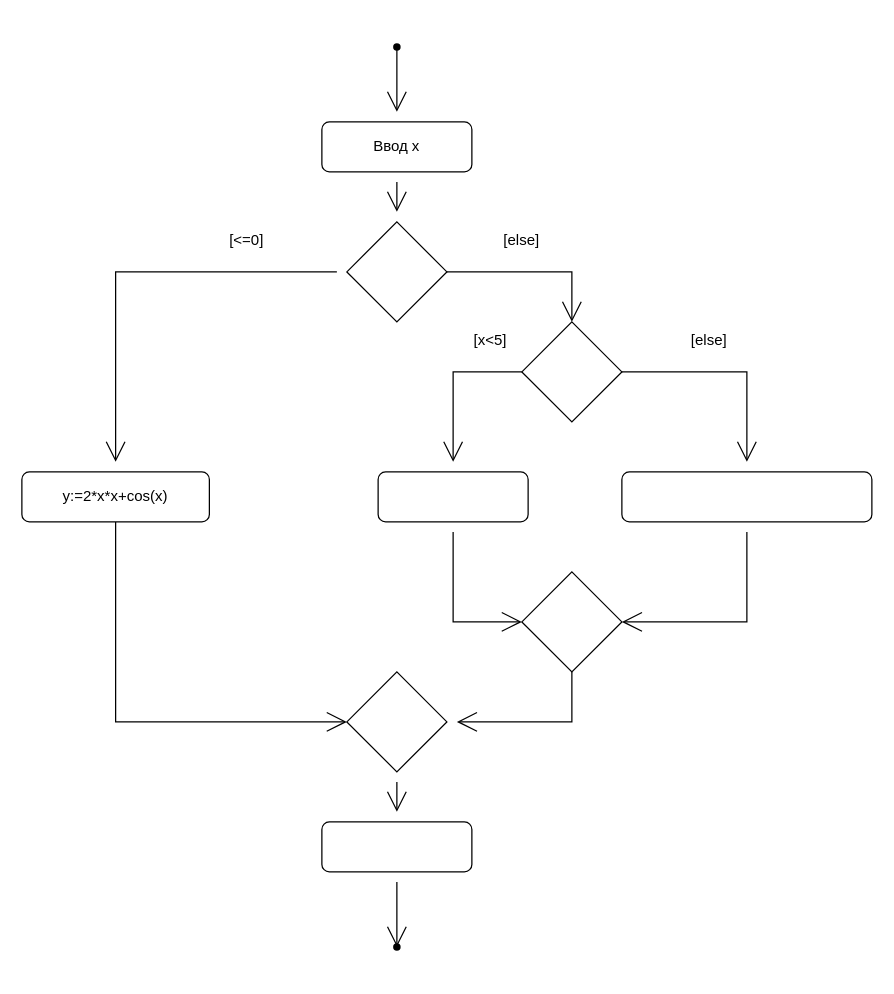
This is modules/Untitled Diagram.drawio from ProkDmit/lb5, a draw.io file, before an edit. Source tidied: cells renumbered, new cells numbered last; positions are measured from the earlier drawing's top-left corner, leaving out a move shared by most shapes. Both pictures are drawn from the tidied source at 125%, with x=0, y=0 at pixel (21, 21).
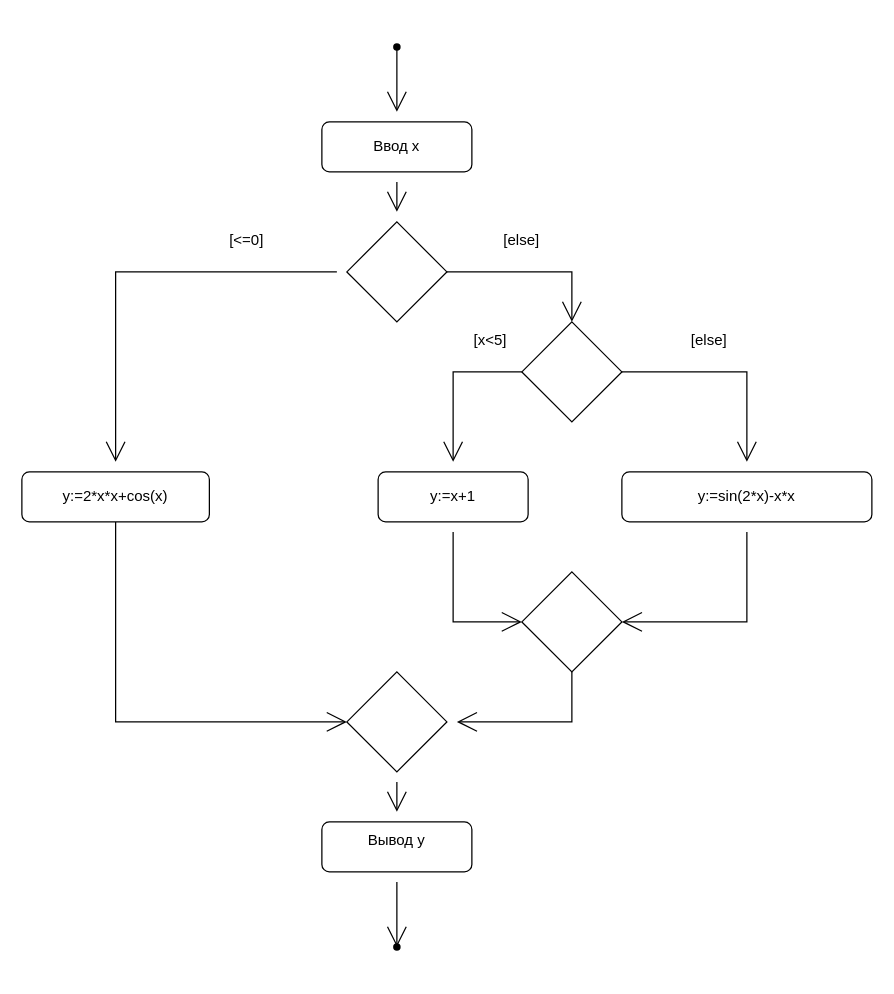
Above is the later version.

Commit message:
Диаграмма 1 примера

What changed in the source:
```diff
@@
+    <mxCell id="31" value="y:=x+1" style="text;html=1;strokeColor=none;fillColor=none;align=center;verticalAlign=middle;whiteSpace=wrap;rounded=0;" parent="1" vertex="1">
+      <mxGeometry x="315" y="365" width="60" height="30" as="geometry" />
+    </mxCell>
+    <mxCell id="32" value="y:=sin(2*x)-x*x" style="text;html=1;strokeColor=none;fillColor=none;align=center;verticalAlign=middle;whiteSpace=wrap;rounded=0;" parent="1" vertex="1">
+      <mxGeometry x="540" y="365" width="80" height="30" as="geometry" />
+    </mxCell>
+    <mxCell id="33" value="Вывод y" style="text;html=1;strokeColor=none;fillColor=none;align=center;verticalAlign=middle;whiteSpace=wrap;rounded=0;" parent="1" vertex="1">
+      <mxGeometry x="270" y="640" width="60" height="30" as="geometry" />
+    </mxCell>
```
